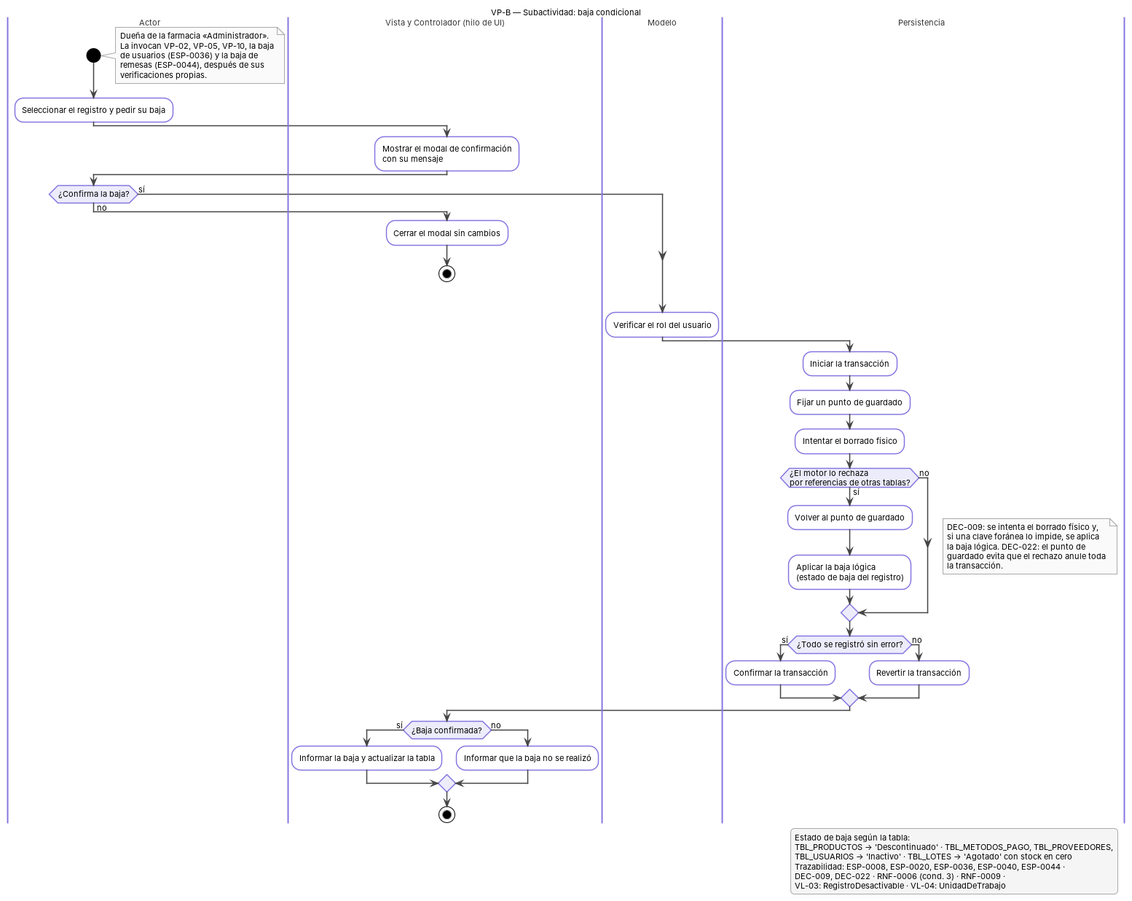
Above: docs/diagramas/VP-B_BajaCondicional.png in Luis-Ayben-Chahua-Charca/Farmasil_App (PlantUML), before the change. Its source is kept beside it as docs/diagramas/plaintext-VistaProcesos/VP-B_BajaCondicional.puml. Source of this version:
```plantuml
@startuml VP-B_BajaCondicional
skinparam shadowing false
skinparam defaultFontSize 11
skinparam ArrowColor #444444
skinparam activity {
  BackgroundColor #FFFFFF
  BorderColor #8577E0
  DiamondBackgroundColor #EDECFB
  DiamondBorderColor #8577E0
  BarColor #444444
}
skinparam swimlane {
  BorderColor #8577E0
  TitleFontColor #333333
}
skinparam note {
  BackgroundColor #FAFAFA
  BorderColor #AAAAAA
}
skinparam legend {
  BackgroundColor #F5F5F5
  BorderColor #AAAAAA
}

title VP-B — Subactividad: baja condicional

|Actor|
|Vista y Controlador (hilo de UI)|
|Modelo|
|Persistencia|

|Actor|
start
note right
  Dueña de la farmacia «Administrador».
  La invocan VP-02, VP-05, VP-10, la baja
  de usuarios (ESP-0036) y la baja de
  remesas (ESP-0044), después de sus
  verificaciones propias.
end note
:Seleccionar el registro y pedir su baja;

|Vista y Controlador (hilo de UI)|
:Mostrar el modal de confirmación
con su mensaje;

|Actor|
if (¿Confirma la baja?) then (no)
  |Vista y Controlador (hilo de UI)|
  :Cerrar el modal sin cambios;
  stop
else (sí)
endif

|Modelo|
:Verificar el rol del usuario;

|Persistencia|
:Iniciar la transacción;
:Fijar un punto de guardado;
:Intentar el borrado físico;
if (¿El motor lo rechaza
por referencias de otras tablas?) then (sí)
  :Volver al punto de guardado;
  :Aplicar la baja lógica
  (estado de baja del registro);
else (no)
endif
note right
  DEC-009: se intenta el borrado físico y,
  si una clave foránea lo impide, se aplica
  la baja lógica. DEC-022: el punto de
  guardado evita que el rechazo anule toda
  la transacción.
end note
if (¿Todo se registró sin error?) then (sí)
  :Confirmar la transacción;
else (no)
  :Revertir la transacción;
endif

|Vista y Controlador (hilo de UI)|
if (¿Baja confirmada?) then (sí)
  :Informar la baja y actualizar la tabla;
else (no)
  :Informar que la baja no se realizó;
endif
stop

legend right
  Estado de baja según la tabla:
  TBL_PRODUCTOS → 'Descontinuado' · TBL_METODOS_PAGO, TBL_PROVEEDORES,
  TBL_USUARIOS → 'Inactivo' · TBL_LOTES → 'Agotado' con stock en cero
  Trazabilidad: ESP-0008, ESP-0020, ESP-0036, ESP-0040, ESP-0044 ·
  DEC-009, DEC-022 · RNF-0006 (cond. 3) · RNF-0009 ·
  VL-03: RegistroDesactivable · VL-04: UnidadDeTrabajo
endlegend
@enduml
```
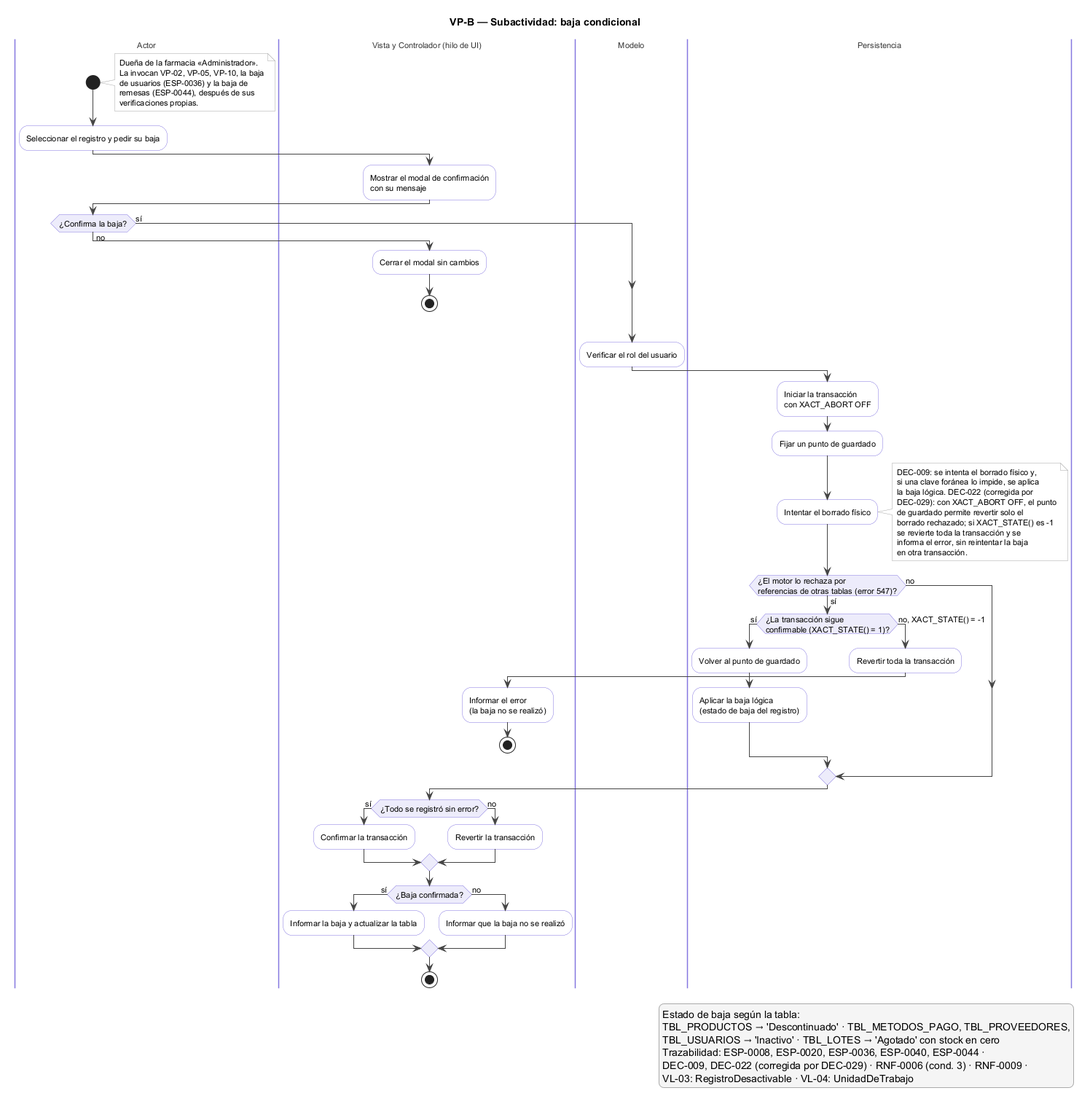
After the change.

Change to the diagram source:
```diff
@@ -56,23 +56,37 @@
 :Verificar el rol del usuario;
 
 |Persistencia|
-:Iniciar la transacción;
+:Iniciar la transacción
+con XACT_ABORT OFF;
 :Fijar un punto de guardado;
 :Intentar el borrado físico;
-if (¿El motor lo rechaza
-por referencias de otras tablas?) then (sí)
-  :Volver al punto de guardado;
-  :Aplicar la baja lógica
-  (estado de baja del registro);
-else (no)
-endif
 note right
   DEC-009: se intenta el borrado físico y,
   si una clave foránea lo impide, se aplica
-  la baja lógica. DEC-022: el punto de
-  guardado evita que el rechazo anule toda
-  la transacción.
+  la baja lógica. DEC-022 (corregida por
+  DEC-029): con XACT_ABORT OFF, el punto
+  de guardado permite revertir solo el
+  borrado rechazado; si XACT_STATE() es -1
+  se revierte toda la transacción y se
+  informa el error, sin reintentar la baja
+  en otra transacción.
 end note
+if (¿El motor lo rechaza por
+referencias de otras tablas (error 547)?) then (sí)
+  if (¿La transacción sigue
+confirmable (XACT_STATE() = 1)?) then (sí)
+    :Volver al punto de guardado;
+    :Aplicar la baja lógica
+    (estado de baja del registro);
+  else (no, XACT_STATE() = -1)
+    :Revertir toda la transacción;
+    |Vista y Controlador (hilo de UI)|
+    :Informar el error
+    (la baja no se realizó);
+    stop
+  endif
+else (no)
+endif
 if (¿Todo se registró sin error?) then (sí)
   :Confirmar la transacción;
 else (no)
@@ -92,7 +106,7 @@
   TBL_PRODUCTOS → 'Descontinuado' · TBL_METODOS_PAGO, TBL_PROVEEDORES,
   TBL_USUARIOS → 'Inactivo' · TBL_LOTES → 'Agotado' con stock en cero
   Trazabilidad: ESP-0008, ESP-0020, ESP-0036, ESP-0040, ESP-0044 ·
-  DEC-009, DEC-022 · RNF-0006 (cond. 3) · RNF-0009 ·
+  DEC-009, DEC-022 (corregida por DEC-029) · RNF-0006 (cond. 3) · RNF-0009 ·
   VL-03: RegistroDesactivable · VL-04: UnidadDeTrabajo
 endlegend
 @enduml
```
